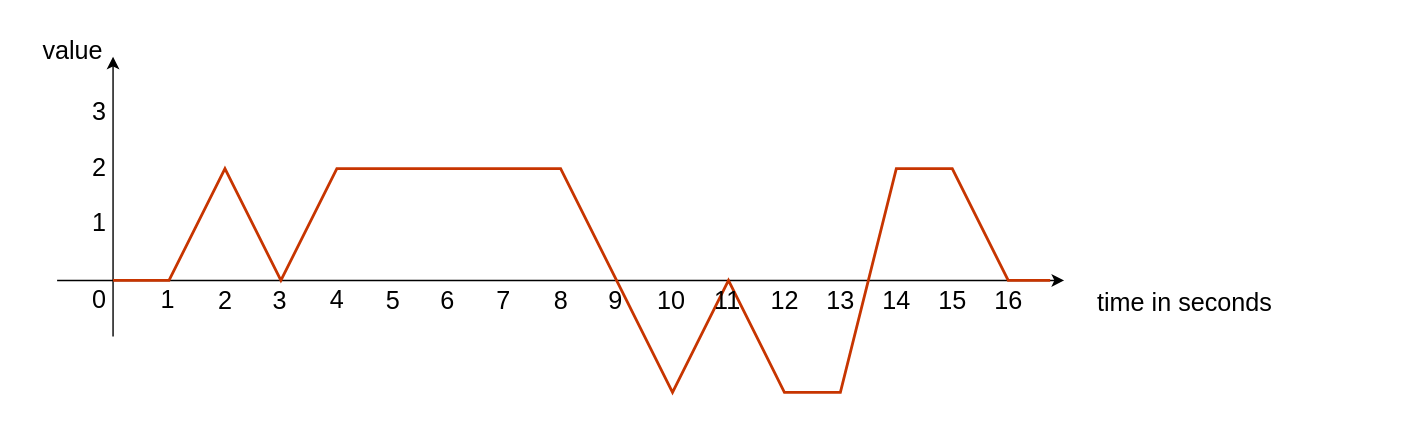
Above: Documentation/Design/Control_PROPORTIONAL.svg in JirkaDellOro/FUDGE (draw.io), before the change. Source tidied: cells renumbered, new cells last; positions are measured from the earlier drawing's top-left corner, leaving out a move shared by most shapes.
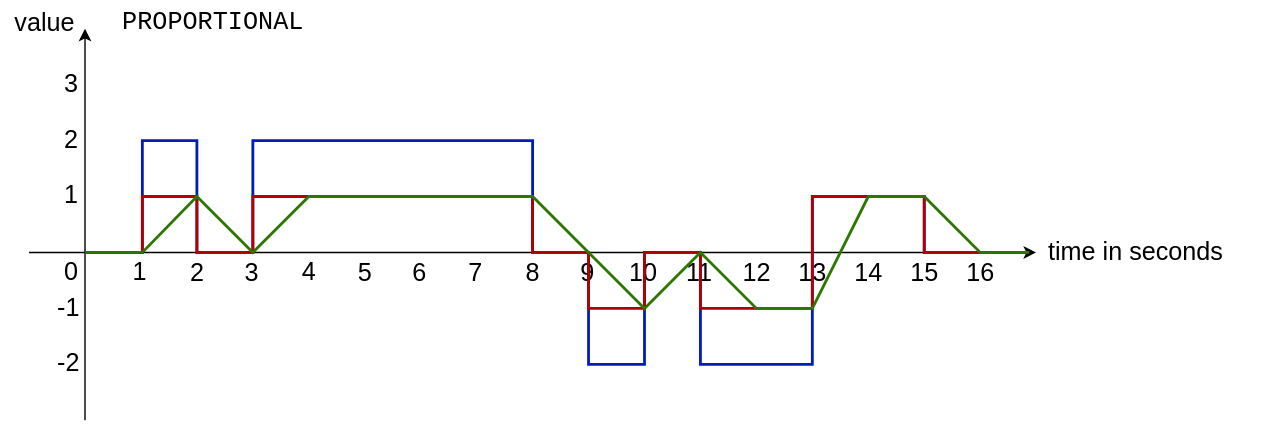
Later version of the same file.

Commit message:
control diagrams

Diff of the diagram source:
```diff
@@ -2,44 +2,44 @@
   <root>
     <mxCell id="0" />
     <mxCell id="1" parent="0" />
-    <mxCell id="2" style="rounded=0;whiteSpace=wrap;html=1;strokeColor=none;" parent="1" vertex="1">
-      <mxGeometry width="1000" height="300" as="geometry" />
-    </mxCell>
-    <mxCell id="3" style="endArrow=classic;html=1;rounded=1;" parent="1" edge="1">
-      <mxGeometry x="40" y="35" as="geometry">
-        <mxPoint x="80" y="240" as="sourcePoint" />
-        <mxPoint x="80" y="40" as="targetPoint" />
-      </mxGeometry>
-    </mxCell>
-    <mxCell id="4" style="endArrow=classic;html=1;rounded=1;jumpStyle=none;" parent="1" edge="1">
-      <mxGeometry x="40" y="35" as="geometry">
-        <mxPoint x="40" y="200" as="sourcePoint" />
-        <mxPoint x="760" y="200" as="targetPoint" />
-      </mxGeometry>
-    </mxCell>
+    <mxCell id="29" style="rounded=0;whiteSpace=wrap;html=1;strokeColor=none;" parent="1" vertex="1">
+      <mxGeometry x="20" y="20" width="910" height="310" as="geometry" />
+    </mxCell>
+    <mxCell id="30" style="endArrow=classic;html=1;rounded=1;" parent="1" edge="1">
+      <mxGeometry relative="1" as="geometry">
+        <mxPoint x="80" y="320" as="sourcePoint" />
+        <mxPoint x="80" y="40" as="targetPoint" />
+      </mxGeometry>
+    </mxCell>
+    <mxCell id="31" style="endArrow=classic;html=1;rounded=1;jumpStyle=none;" parent="1" edge="1">
+      <mxGeometry relative="1" as="geometry">
+        <mxPoint x="40" y="200" as="sourcePoint" />
+        <mxPoint x="760" y="200" as="targetPoint" />
+      </mxGeometry>
+    </mxCell>
-    <mxCell id="5" value="time in seconds" style="edgeLabel;html=1;align=center;verticalAlign=middle;fontSize=18;" parent="4" vertex="1">
+    <mxCell id="5" value="time in seconds" style="edgeLabel;html=1;align=center;verticalAlign=middle;fontSize=18;" parent="31" vertex="1">
       <mxGeometry x="0.84" y="1" relative="1" as="geometry">
-        <mxPoint x="141" y="16" as="offset" />
+        <mxPoint x="126.5" as="offset" />
       </mxGeometry>
     </mxCell>
-    <mxCell id="6" value="2" style="text;html=1;align=center;verticalAlign=middle;fontSize=18;" parent="1" vertex="1">
-      <mxGeometry x="55" y="105" width="30" height="30" as="geometry" />
-    </mxCell>
+    <mxCell id="32" value="2" style="text;html=1;align=center;verticalAlign=middle;fontSize=18;" parent="1" vertex="1">
+      <mxGeometry x="55" y="105" width="30" height="30" as="geometry" />
+    </mxCell>
     <mxCell id="7" value="0" style="text;html=1;align=center;verticalAlign=middle;fontSize=18;" parent="1" vertex="1">
       <mxGeometry x="55" y="199" width="30" height="30" as="geometry" />
     </mxCell>
     <mxCell id="8" value="3" style="text;html=1;align=center;verticalAlign=middle;fontSize=18;rotation=0;" parent="1" vertex="1">
       <mxGeometry x="55" y="65" width="30" height="30" as="geometry" />
     </mxCell>
-    <mxCell id="9" value="1" style="text;html=1;align=center;verticalAlign=middle;fontSize=18;" parent="1" vertex="1">
-      <mxGeometry x="55" y="144" width="30" height="30" as="geometry" />
-    </mxCell>
-    <mxCell id="10" value="1" style="text;html=1;align=center;verticalAlign=middle;fontSize=18;" parent="1" vertex="1">
-      <mxGeometry x="104" y="199" width="30" height="30" as="geometry" />
-    </mxCell>
-    <mxCell id="11" value="2" style="text;html=1;align=center;verticalAlign=middle;fontSize=18;" parent="1" vertex="1">
-      <mxGeometry x="145" y="200" width="30" height="30" as="geometry" />
-    </mxCell>
+    <mxCell id="33" value="1" style="text;html=1;align=center;verticalAlign=middle;fontSize=18;" parent="1" vertex="1">
+      <mxGeometry x="55" y="144" width="30" height="30" as="geometry" />
+    </mxCell>
+    <mxCell id="34" value="1" style="text;html=1;align=center;verticalAlign=middle;fontSize=18;" parent="1" vertex="1">
+      <mxGeometry x="104" y="199" width="30" height="30" as="geometry" />
+    </mxCell>
+    <mxCell id="35" value="2" style="text;html=1;align=center;verticalAlign=middle;fontSize=18;" parent="1" vertex="1">
+      <mxGeometry x="145" y="200" width="30" height="30" as="geometry" />
+    </mxCell>
     <mxCell id="12" value="3" style="text;html=1;align=center;verticalAlign=middle;fontSize=18;" parent="1" vertex="1">
       <mxGeometry x="184" y="200" width="30" height="30" as="geometry" />
     </mxCell>
@@ -52,27 +52,6 @@
     <mxCell id="15" value="value" style="edgeLabel;html=1;align=center;verticalAlign=middle;fontSize=18;" parent="1" vertex="1">
       <mxGeometry x="50" y="35" as="geometry" />
     </mxCell>
-    <mxCell id="16" style="endArrow=none;html=1;fontSize=18;fontColor=#FF0000;fillColor=#fa6800;strokeColor=#C73500;rounded=0;strokeWidth=2;" parent="1" edge="1">
-      <mxGeometry x="40" y="35" as="geometry">
-        <mxPoint x="80" y="200" as="sourcePoint" />
-        <mxPoint x="750" y="200" as="targetPoint" />
-        <Array as="points">
-          <mxPoint x="120" y="200" />
-          <mxPoint x="160" y="120" />
-          <mxPoint x="200" y="200" />
-          <mxPoint x="240" y="120" />
-          <mxPoint x="400" y="120" />
-          <mxPoint x="440" y="200" />
-          <mxPoint x="480" y="280" />
-          <mxPoint x="520" y="200" />
-          <mxPoint x="560" y="280" />
-          <mxPoint x="600" y="280" />
-          <mxPoint x="640" y="120" />
-          <mxPoint x="680" y="120" />
-          <mxPoint x="720" y="200" />
-        </Array>
-      </mxGeometry>
-    </mxCell>
     <mxCell id="17" value="6" style="text;html=1;align=center;verticalAlign=middle;fontSize=18;" parent="1" vertex="1">
       <mxGeometry x="304" y="200" width="30" height="30" as="geometry" />
     </mxCell>
@@ -88,6 +67,9 @@
     <mxCell id="21" value="10" style="text;html=1;align=center;verticalAlign=middle;fontSize=18;" parent="1" vertex="1">
       <mxGeometry x="459" y="200" width="40" height="30" as="geometry" />
     </mxCell>
+    <mxCell id="36" value="&lt;div style=&quot;font-family: &amp;quot;consolas&amp;quot; , &amp;quot;courier new&amp;quot; , monospace ; font-weight: normal ; font-size: 18px ; line-height: 19px&quot;&gt;&lt;div style=&quot;font-size: 18px&quot;&gt;&lt;font&gt;PROPORTIONAL&lt;/font&gt;&lt;br&gt;&lt;/div&gt;&lt;/div&gt;" style="text;whiteSpace=wrap;html=1;labelBackgroundColor=#ffffff;fontSize=18;" parent="1" vertex="1">
+      <mxGeometry x="105" y="20" width="120" height="30" as="geometry" />
+    </mxCell>
     <mxCell id="22" value="11" style="text;html=1;align=center;verticalAlign=middle;fontSize=18;" parent="1" vertex="1">
       <mxGeometry x="504" y="200" width="30" height="30" as="geometry" />
     </mxCell>
@@ -106,8 +88,88 @@
     <mxCell id="27" value="16" style="text;html=1;align=center;verticalAlign=middle;fontSize=18;" parent="1" vertex="1">
       <mxGeometry x="700" y="200" width="40" height="30" as="geometry" />
     </mxCell>
-    <mxCell id="28" value="&lt;br&gt;" style="text;html=1;align=center;verticalAlign=middle;fontSize=18;fontColor=#000000;" parent="1" vertex="1">
-      <mxGeometry x="300" y="100" width="20" height="30" as="geometry" />
-    </mxCell>
+    <mxCell id="37" value="-1" style="text;html=1;align=center;verticalAlign=middle;fontSize=18;" parent="1" vertex="1">
+      <mxGeometry x="53" y="225" width="30" height="30" as="geometry" />
+    </mxCell>
+    <mxCell id="38" value="-2" style="text;html=1;align=center;verticalAlign=middle;fontSize=18;" parent="1" vertex="1">
+      <mxGeometry x="53" y="264" width="30" height="30" as="geometry" />
+    </mxCell>
+    <mxCell id="39" style="endArrow=none;html=1;fontSize=18;fontColor=#FF0000;fillColor=#0050ef;strokeColor=#001DBC;rounded=0;endSize=6;shadow=0;strokeWidth=2;" parent="1" edge="1">
+      <mxGeometry relative="1" as="geometry">
+        <mxPoint x="80" y="200" as="sourcePoint" />
+        <mxPoint x="755" y="200" as="targetPoint" />
+        <Array as="points">
+          <mxPoint x="81" y="200" />
+          <mxPoint x="121" y="200" />
+          <mxPoint x="121" y="120" />
+          <mxPoint x="160" y="120" />
+          <mxPoint x="160" y="200" />
+          <mxPoint x="200" y="200" />
+          <mxPoint x="200" y="120" />
+          <mxPoint x="400" y="120" />
+          <mxPoint x="400" y="200" />
+          <mxPoint x="440" y="200" />
+          <mxPoint x="440" y="280" />
+          <mxPoint x="480" y="280" />
+          <mxPoint x="480" y="200" />
+          <mxPoint x="520" y="200" />
+          <mxPoint x="520" y="280" />
+          <mxPoint x="600" y="280" />
+          <mxPoint x="600" y="200" />
+          <mxPoint x="600" y="160" />
+          <mxPoint x="680" y="160" />
+          <mxPoint x="680" y="200" />
+        </Array>
+      </mxGeometry>
+    </mxCell>
+    <mxCell id="40" style="endArrow=none;html=1;fontSize=18;fontColor=#FF0000;fillColor=#e51400;strokeColor=#B20000;rounded=0;endSize=6;shadow=0;strokeWidth=2;" parent="1" edge="1">
+      <mxGeometry relative="1" as="geometry">
+        <mxPoint x="80" y="200" as="sourcePoint" />
+        <mxPoint x="755" y="200" as="targetPoint" />
+        <Array as="points">
+          <mxPoint x="81" y="200" />
+          <mxPoint x="121" y="200" />
+          <mxPoint x="121" y="160" />
+          <mxPoint x="160" y="160" />
+          <mxPoint x="160" y="200" />
+          <mxPoint x="200" y="200" />
+          <mxPoint x="200" y="160" />
+          <mxPoint x="400" y="160" />
+          <mxPoint x="400" y="200" />
+          <mxPoint x="440" y="200" />
+          <mxPoint x="440" y="240" />
+          <mxPoint x="480" y="240" />
+          <mxPoint x="480" y="200" />
+          <mxPoint x="520" y="200" />
+          <mxPoint x="520" y="240" />
+          <mxPoint x="600" y="240" />
+          <mxPoint x="600" y="160" />
+          <mxPoint x="680" y="160" />
+          <mxPoint x="680" y="200" />
+        </Array>
+      </mxGeometry>
+    </mxCell>
+    <mxCell id="41" style="endArrow=none;html=1;fontSize=18;fontColor=#FF0000;fillColor=#60a917;strokeColor=#2D7600;rounded=0;endSize=6;shadow=0;strokeWidth=2;" parent="1" edge="1">
+      <mxGeometry relative="1" as="geometry">
+        <mxPoint x="80" y="200" as="sourcePoint" />
+        <mxPoint x="755" y="200" as="targetPoint" />
+        <Array as="points">
+          <mxPoint x="81" y="200" />
+          <mxPoint x="121" y="200" />
+          <mxPoint x="160" y="160" />
+          <mxPoint x="200" y="200" />
+          <mxPoint x="240" y="160" />
+          <mxPoint x="400" y="160" />
+          <mxPoint x="440" y="200" />
+          <mxPoint x="480" y="240" />
+          <mxPoint x="520" y="200" />
+          <mxPoint x="560" y="240" />
+          <mxPoint x="600" y="240" />
+          <mxPoint x="640" y="160" />
+          <mxPoint x="680" y="160" />
+          <mxPoint x="720" y="200" />
+        </Array>
+      </mxGeometry>
+    </mxCell>
   </root>
 </mxGraphModel>
```
